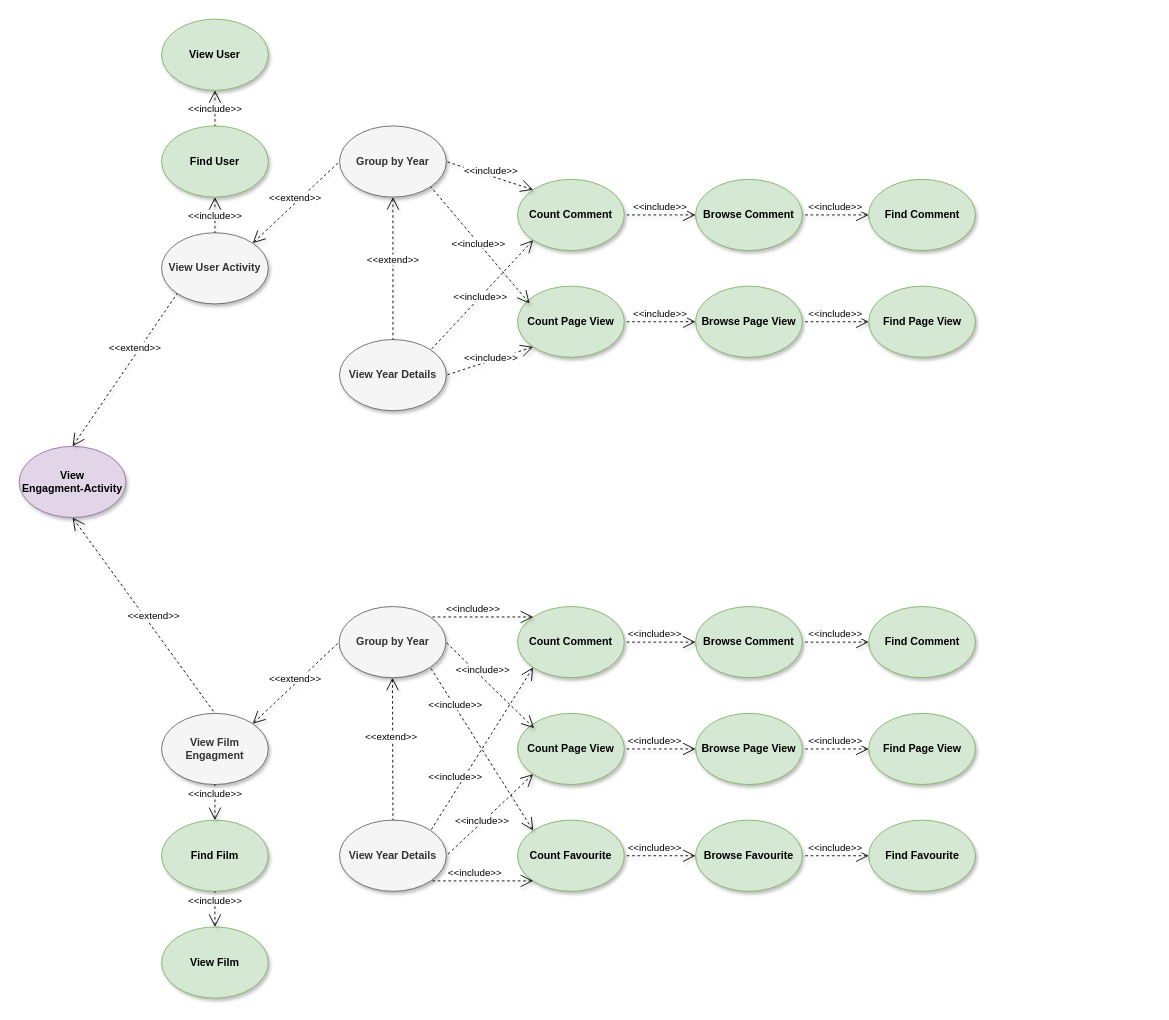
unipi-fr/LargeScaleMultiStructureDatabases keeps this draw.io diagram as Task2/Documentation/Diagrams/Use Case - EngagmentConCount.drawio. Above is the earlier version. Source tidied: cells renumbered, new cells numbered last; positions are measured from the earlier drawing's top-left corner, leaving out a move shared by most shapes. Both pictures are drawn from the tidied source at 89%, with x=0, y=0 at pixel (19, 19).
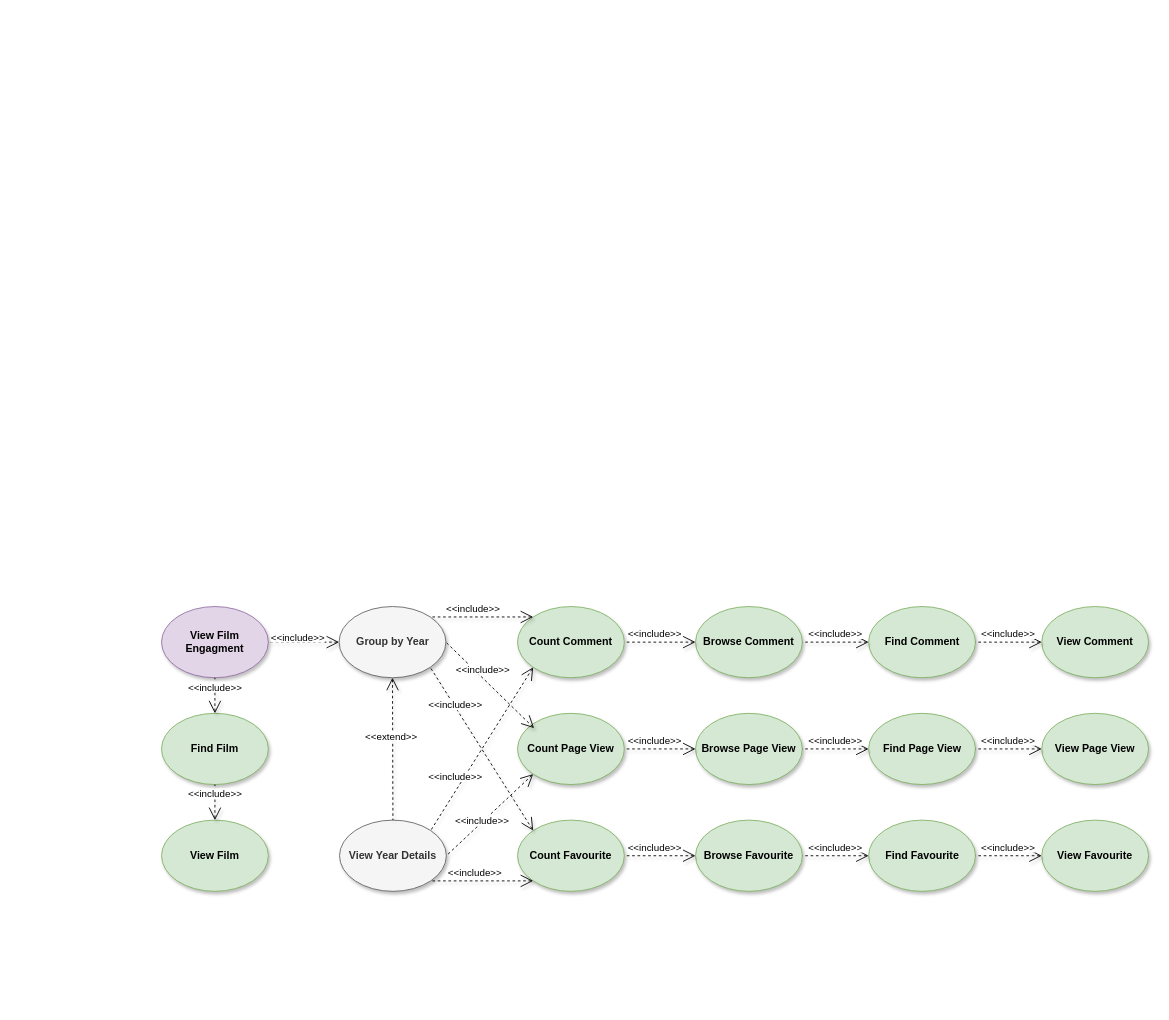
Above is the later version.

Unchanged cells that the change refers to:
```xml
<mxCell id="21" value="Group by Year" style="ellipse;whiteSpace=wrap;html=1;fontStyle=1;fillColor=#f5f5f5;strokeColor=#666666;shadow=1;fontColor=#333333;" parent="1" vertex="1">
  <mxGeometry x="359.5" y="660" width="120" height="80" as="geometry" />
</mxCell>
```

Change to the diagram source:
```diff
@@
-    <mxCell id="2" value="View &lt;br&gt;Engagment-Activity" style="ellipse;whiteSpace=wrap;html=1;fontStyle=1;fillColor=#e1d5e7;strokeColor=#9673a6;shadow=1;" parent="1" vertex="1">
-      <mxGeometry y="480" width="120" height="80" as="geometry" />
-    </mxCell>
-    <mxCell id="3" value="View Film Engagment" style="ellipse;whiteSpace=wrap;html=1;fontStyle=1;shadow=1;fillColor=#f5f5f5;strokeColor=#666666;fontColor=#333333;" parent="1" vertex="1">
-      <mxGeometry x="160" y="780" width="120" height="80" as="geometry" />
+    <mxCell id="3" value="View Film Engagment" style="ellipse;whiteSpace=wrap;html=1;fontStyle=1;shadow=1;fillColor=#e1d5e7;strokeColor=#9673a6;" parent="1" vertex="1">
+      <mxGeometry x="160" y="660" width="120" height="80" as="geometry" />
     </mxCell>
     <mxCell id="4" value="Find Film" style="ellipse;whiteSpace=wrap;html=1;fontStyle=1;fillColor=#d5e8d4;strokeColor=#82b366;shadow=1;" parent="1" vertex="1">
-      <mxGeometry x="160" y="900" width="120" height="80" as="geometry" />
+      <mxGeometry x="160" y="780" width="120" height="80" as="geometry" />
     </mxCell>
@@
-    <mxCell id="6" value="&lt;span style=&quot;background-color: rgb(255 , 255 , 255)&quot;&gt;&amp;lt;&amp;lt;extend&amp;gt;&amp;gt;&lt;/span&gt;" style="edgeStyle=none;html=1;startArrow=open;endArrow=none;startSize=12;verticalAlign=bottom;dashed=1;labelBackgroundColor=none;entryX=0.5;entryY=0;entryDx=0;entryDy=0;shadow=1;exitX=0.5;exitY=1;exitDx=0;exitDy=0;" parent="1" edge="1" source="2" target="3">
-      <mxGeometry x="0.1" y="2" relative="1" as="geometry">
-        <mxPoint x="1" as="offset" />
-      </mxGeometry>
-    </mxCell>
-    <mxCell id="7" value="View User Activity" style="ellipse;whiteSpace=wrap;html=1;fontStyle=1;fillColor=#f5f5f5;strokeColor=#666666;shadow=1;fontColor=#333333;" parent="1" vertex="1">
-      <mxGeometry x="160" y="240" width="120" height="80" as="geometry" />
-    </mxCell>
-    <mxCell id="8" value="Group by Year" style="ellipse;whiteSpace=wrap;html=1;fontStyle=1;fillColor=#f5f5f5;strokeColor=#666666;shadow=1;fontColor=#333333;" parent="1" vertex="1">
-      <mxGeometry x="360" y="120" width="120" height="80" as="geometry" />
-    </mxCell>
-    <mxCell id="9" value="Browse Comment" style="ellipse;whiteSpace=wrap;html=1;fontStyle=1;fillColor=#d5e8d4;strokeColor=#82b366;shadow=1;" parent="1" vertex="1">
-      <mxGeometry x="760" y="180" width="120" height="80" as="geometry" />
-    </mxCell>
-    <mxCell id="10" value="Browse Page View" style="ellipse;whiteSpace=wrap;html=1;fontStyle=1;fillColor=#d5e8d4;strokeColor=#82b366;shadow=1;" parent="1" vertex="1">
-      <mxGeometry x="760" y="300" width="120" height="80" as="geometry" />
-    </mxCell>
-    <mxCell id="11" value="Find User" style="ellipse;whiteSpace=wrap;html=1;fontStyle=1;fillColor=#d5e8d4;strokeColor=#82b366;shadow=1;" parent="1" vertex="1">
-      <mxGeometry x="160" y="120" width="120" height="80" as="geometry" />
-    </mxCell>
-    <mxCell id="12" value="Find Comment" style="ellipse;whiteSpace=wrap;html=1;fontStyle=1;fillColor=#d5e8d4;strokeColor=#82b366;shadow=1;" parent="1" vertex="1">
-      <mxGeometry x="954.5" y="180" width="120" height="80" as="geometry" />
-    </mxCell>
-    <mxCell id="13" value="Find Page View" style="ellipse;whiteSpace=wrap;html=1;fontStyle=1;fillColor=#d5e8d4;strokeColor=#82b366;shadow=1;" parent="1" vertex="1">
-      <mxGeometry x="954.5" y="300" width="120" height="80" as="geometry" />
-    </mxCell>
-    <mxCell id="14" value="&lt;span style=&quot;background-color: rgb(255 , 255 , 255)&quot;&gt;&amp;lt;&amp;lt;include&amp;gt;&amp;gt;&lt;/span&gt;" style="edgeStyle=none;html=1;startArrow=open;endArrow=none;startSize=12;verticalAlign=bottom;dashed=1;labelBackgroundColor=none;shadow=1;" parent="1" edge="1" source="11">
-      <mxGeometry x="0.5" relative="1" as="geometry">
-        <mxPoint x="220" y="240" as="targetPoint" />
-      </mxGeometry>
-    </mxCell>
-    <mxCell id="15" value="&lt;span style=&quot;background-color: rgb(255 , 255 , 255)&quot;&gt;&amp;lt;&amp;lt;extend&amp;gt;&amp;gt;&lt;/span&gt;" style="edgeStyle=none;html=1;startArrow=open;endArrow=none;startSize=12;verticalAlign=bottom;dashed=1;labelBackgroundColor=none;entryX=0;entryY=0.5;entryDx=0;entryDy=0;shadow=1;exitX=1;exitY=0;exitDx=0;exitDy=0;" parent="1" edge="1" source="7" target="8">
-      <mxGeometry x="-0.06" y="-2" relative="1" as="geometry" />
-    </mxCell>
-    <mxCell id="16" value="&lt;span style=&quot;background-color: rgb(255 , 255 , 255)&quot;&gt;&amp;lt;&amp;lt;include&amp;gt;&amp;gt;&lt;/span&gt;" style="edgeStyle=none;html=1;startArrow=open;endArrow=none;startSize=12;verticalAlign=bottom;dashed=1;labelBackgroundColor=none;entryX=1;entryY=0.5;entryDx=0;entryDy=0;shadow=1;" parent="1" edge="1" source="13" target="10">
-      <mxGeometry x="0.01" relative="1" as="geometry" />
-    </mxCell>
-    <mxCell id="17" value="&lt;span style=&quot;background-color: rgb(255 , 255 , 255)&quot;&gt;&amp;lt;&amp;lt;include&amp;gt;&amp;gt;&lt;/span&gt;" style="edgeStyle=none;html=1;startArrow=open;endArrow=none;startSize=12;verticalAlign=bottom;dashed=1;labelBackgroundColor=none;entryX=1;entryY=0.5;entryDx=0;entryDy=0;shadow=1;exitX=0;exitY=0.5;exitDx=0;exitDy=0;" parent="1" edge="1" source="12" target="9">
-      <mxGeometry x="0.01" relative="1" as="geometry" />
-    </mxCell>
-    <mxCell id="18" value="&lt;span style=&quot;background-color: rgb(255 , 255 , 255)&quot;&gt;&amp;lt;&amp;lt;extend&amp;gt;&amp;gt;&lt;/span&gt;" style="edgeStyle=none;html=1;startArrow=open;endArrow=none;startSize=12;verticalAlign=bottom;dashed=1;labelBackgroundColor=none;shadow=1;exitX=0.5;exitY=0;exitDx=0;exitDy=0;entryX=0;entryY=1;entryDx=0;entryDy=0;" parent="1" edge="1" source="2" target="7">
-      <mxGeometry x="0.19" relative="1" as="geometry" />
-    </mxCell>
-    <mxCell id="19" value="View Year Details" style="ellipse;whiteSpace=wrap;html=1;fontStyle=1;fillColor=#f5f5f5;strokeColor=#666666;shadow=1;fontColor=#333333;" parent="1" vertex="1">
-      <mxGeometry x="360" y="360" width="120" height="80" as="geometry" />
-    </mxCell>
-    <mxCell id="20" value="&lt;span style=&quot;background-color: rgb(255 , 255 , 255)&quot;&gt;&amp;lt;&amp;lt;extend&amp;gt;&amp;gt;&lt;/span&gt;" style="edgeStyle=none;html=1;startArrow=open;endArrow=none;startSize=12;verticalAlign=bottom;dashed=1;labelBackgroundColor=none;shadow=1;exitX=0.5;exitY=1;exitDx=0;exitDy=0;entryX=0.5;entryY=0;entryDx=0;entryDy=0;" parent="1" edge="1" source="8" target="19">
-      <mxGeometry relative="1" as="geometry" />
-    </mxCell>
@@
-    <mxCell id="33" value="&lt;span style=&quot;background-color: rgb(255 , 255 , 255)&quot;&gt;&amp;lt;&amp;lt;extend&amp;gt;&amp;gt;&lt;/span&gt;" style="edgeStyle=none;html=1;startArrow=open;endArrow=none;startSize=12;verticalAlign=bottom;dashed=1;labelBackgroundColor=none;entryX=0;entryY=0.5;entryDx=0;entryDy=0;shadow=1;exitX=1;exitY=0;exitDx=0;exitDy=0;" parent="1" edge="1" source="3" target="21">
-      <mxGeometry x="-0.06" y="-2" relative="1" as="geometry" />
-    </mxCell>
-    <mxCell id="34" value="Count Comment" style="ellipse;whiteSpace=wrap;html=1;fontStyle=1;fillColor=#d5e8d4;strokeColor=#82b366;shadow=1;" parent="1" vertex="1">
-      <mxGeometry x="560" y="180" width="120" height="80" as="geometry" />
-    </mxCell>
-    <mxCell id="35" value="Count&amp;nbsp;Page View" style="ellipse;whiteSpace=wrap;html=1;fontStyle=1;fillColor=#d5e8d4;strokeColor=#82b366;shadow=1;" parent="1" vertex="1">
-      <mxGeometry x="560" y="300" width="120" height="80" as="geometry" />
-    </mxCell>
-    <mxCell id="36" value="&lt;span style=&quot;background-color: rgb(255 , 255 , 255)&quot;&gt;&amp;lt;&amp;lt;include&amp;gt;&amp;gt;&lt;/span&gt;" style="edgeStyle=none;html=1;startArrow=open;endArrow=none;startSize=12;verticalAlign=bottom;dashed=1;labelBackgroundColor=none;shadow=1;entryX=1;entryY=0;entryDx=0;entryDy=0;exitX=0;exitY=1;exitDx=0;exitDy=0;" parent="1" edge="1" source="34" target="19">
-      <mxGeometry x="0.11" y="6" relative="1" as="geometry" />
-    </mxCell>
-    <mxCell id="37" value="&lt;span style=&quot;background-color: rgb(255 , 255 , 255)&quot;&gt;&amp;lt;&amp;lt;include&amp;gt;&amp;gt;&lt;/span&gt;" style="edgeStyle=none;html=1;startArrow=open;endArrow=none;startSize=12;verticalAlign=bottom;dashed=1;labelBackgroundColor=none;shadow=1;entryX=1;entryY=0.5;entryDx=0;entryDy=0;exitX=0;exitY=1;exitDx=0;exitDy=0;" parent="1" edge="1" source="35" target="19">
-      <mxGeometry x="0.01" y="6" relative="1" as="geometry" />
-    </mxCell>
-    <mxCell id="38" value="&lt;span style=&quot;background-color: rgb(255 , 255 , 255)&quot;&gt;&amp;lt;&amp;lt;include&amp;gt;&amp;gt;&lt;/span&gt;" style="edgeStyle=none;html=1;startArrow=open;endArrow=none;startSize=12;verticalAlign=bottom;dashed=1;labelBackgroundColor=none;shadow=1;entryX=1;entryY=0.5;entryDx=0;entryDy=0;exitX=0;exitY=0.5;exitDx=0;exitDy=0;" parent="1" edge="1" source="9" target="34">
-      <mxGeometry relative="1" as="geometry" />
-    </mxCell>
-    <mxCell id="39" value="&lt;span style=&quot;background-color: rgb(255 , 255 , 255)&quot;&gt;&amp;lt;&amp;lt;include&amp;gt;&amp;gt;&lt;/span&gt;" style="edgeStyle=none;html=1;startArrow=open;endArrow=none;startSize=12;verticalAlign=bottom;dashed=1;labelBackgroundColor=none;shadow=1;entryX=1;entryY=0.5;entryDx=0;entryDy=0;exitX=0;exitY=0.5;exitDx=0;exitDy=0;" parent="1" edge="1" source="10" target="35">
-      <mxGeometry relative="1" as="geometry" />
-    </mxCell>
@@
-    <mxCell id="49" value="&lt;span style=&quot;background-color: rgb(255 , 255 , 255)&quot;&gt;&amp;lt;&amp;lt;include&amp;gt;&amp;gt;&lt;/span&gt;" style="edgeStyle=none;html=1;startArrow=open;endArrow=none;startSize=12;verticalAlign=bottom;dashed=1;labelBackgroundColor=none;shadow=1;entryX=1;entryY=0.5;entryDx=0;entryDy=0;exitX=0;exitY=0;exitDx=0;exitDy=0;" parent="1" edge="1" source="34" target="8">
-      <mxGeometry x="-0.05" y="4" relative="1" as="geometry" />
-    </mxCell>
-    <mxCell id="50" value="&lt;span style=&quot;background-color: rgb(255 , 255 , 255)&quot;&gt;&amp;lt;&amp;lt;include&amp;gt;&amp;gt;&lt;/span&gt;" style="edgeStyle=none;html=1;startArrow=open;endArrow=none;startSize=12;verticalAlign=bottom;dashed=1;labelBackgroundColor=none;shadow=1;entryX=1;entryY=1;entryDx=0;entryDy=0;exitX=0.113;exitY=0.244;exitDx=0;exitDy=0;exitPerimeter=0;" parent="1" edge="1" source="35" target="8">
-      <mxGeometry x="-0.05" y="6" relative="1" as="geometry" />
-    </mxCell>
@@
-    <mxCell id="54" value="View User" style="ellipse;whiteSpace=wrap;html=1;fontStyle=1;fillColor=#d5e8d4;strokeColor=#82b366;shadow=1;" parent="1" vertex="1">
-      <mxGeometry x="160" width="120" height="80" as="geometry" />
-    </mxCell>
-    <mxCell id="55" value="&lt;span style=&quot;background-color: rgb(255 , 255 , 255)&quot;&gt;&amp;lt;&amp;lt;include&amp;gt;&amp;gt;&lt;/span&gt;" style="edgeStyle=none;html=1;startArrow=open;endArrow=none;startSize=12;verticalAlign=bottom;dashed=1;labelBackgroundColor=none;shadow=1;exitX=0.5;exitY=1;exitDx=0;exitDy=0;entryX=0.5;entryY=0;entryDx=0;entryDy=0;" parent="1" edge="1" source="54" target="11">
-      <mxGeometry x="0.5" relative="1" as="geometry" />
-    </mxCell>
     <mxCell id="56" value="View Film" style="ellipse;whiteSpace=wrap;html=1;fontStyle=1;fillColor=#d5e8d4;strokeColor=#82b366;shadow=1;" parent="1" vertex="1">
-      <mxGeometry x="160" y="1020" width="120" height="80" as="geometry" />
+      <mxGeometry x="160" y="900" width="120" height="80" as="geometry" />
     </mxCell>
@@
+    <mxCell id="58" value="View&amp;nbsp;Favourite" style="ellipse;whiteSpace=wrap;html=1;fontStyle=1;fillColor=#d5e8d4;strokeColor=#82b366;shadow=1;" parent="1" vertex="1">
+      <mxGeometry x="1149" y="900" width="120" height="80" as="geometry" />
+    </mxCell>
+    <mxCell id="59" value="&lt;span style=&quot;background-color: rgb(255 , 255 , 255)&quot;&gt;&amp;lt;&amp;lt;include&amp;gt;&amp;gt;&lt;/span&gt;" style="edgeStyle=none;html=1;startArrow=open;endArrow=none;startSize=12;verticalAlign=bottom;dashed=1;labelBackgroundColor=none;entryX=1;entryY=0.5;entryDx=0;entryDy=0;shadow=1;" parent="1" edge="1" source="58">
+      <mxGeometry x="0.01" relative="1" as="geometry">
+        <mxPoint x="1074.5" y="940" as="targetPoint" />
+      </mxGeometry>
+    </mxCell>
+    <mxCell id="60" value="View&amp;nbsp;Page View" style="ellipse;whiteSpace=wrap;html=1;fontStyle=1;fillColor=#d5e8d4;strokeColor=#82b366;shadow=1;" parent="1" vertex="1">
+      <mxGeometry x="1149" y="780" width="120" height="80" as="geometry" />
+    </mxCell>
+    <mxCell id="61" value="&lt;span style=&quot;background-color: rgb(255 , 255 , 255)&quot;&gt;&amp;lt;&amp;lt;include&amp;gt;&amp;gt;&lt;/span&gt;" style="edgeStyle=none;html=1;startArrow=open;endArrow=none;startSize=12;verticalAlign=bottom;dashed=1;labelBackgroundColor=none;entryX=1;entryY=0.5;entryDx=0;entryDy=0;shadow=1;" parent="1" edge="1" source="60">
+      <mxGeometry x="0.01" relative="1" as="geometry">
+        <mxPoint x="1074.5" y="820" as="targetPoint" />
+      </mxGeometry>
+    </mxCell>
+    <mxCell id="62" value="View Comment" style="ellipse;whiteSpace=wrap;html=1;fontStyle=1;fillColor=#d5e8d4;strokeColor=#82b366;shadow=1;" parent="1" vertex="1">
+      <mxGeometry x="1149" y="660" width="120" height="80" as="geometry" />
+    </mxCell>
+    <mxCell id="63" value="&lt;span style=&quot;background-color: rgb(255 , 255 , 255)&quot;&gt;&amp;lt;&amp;lt;include&amp;gt;&amp;gt;&lt;/span&gt;" style="edgeStyle=none;html=1;startArrow=open;endArrow=none;startSize=12;verticalAlign=bottom;dashed=1;labelBackgroundColor=none;entryX=1;entryY=0.5;entryDx=0;entryDy=0;shadow=1;" parent="1" edge="1" source="62">
+      <mxGeometry x="0.01" relative="1" as="geometry">
+        <mxPoint x="1074.5" y="700" as="targetPoint" />
+      </mxGeometry>
+    </mxCell>
+    <mxCell id="64" value="&lt;span style=&quot;background-color: rgb(255 , 255 , 255)&quot;&gt;&amp;lt;&amp;lt;include&amp;gt;&amp;gt;&lt;/span&gt;" style="edgeStyle=none;html=1;startArrow=open;endArrow=none;startSize=12;verticalAlign=bottom;dashed=1;labelBackgroundColor=none;shadow=1;exitX=0;exitY=0.5;exitDx=0;exitDy=0;entryX=1;entryY=0.5;entryDx=0;entryDy=0;" parent="1" edge="1" source="21" target="3">
+      <mxGeometry x="0.17" y="4" relative="1" as="geometry" />
+    </mxCell>
```
